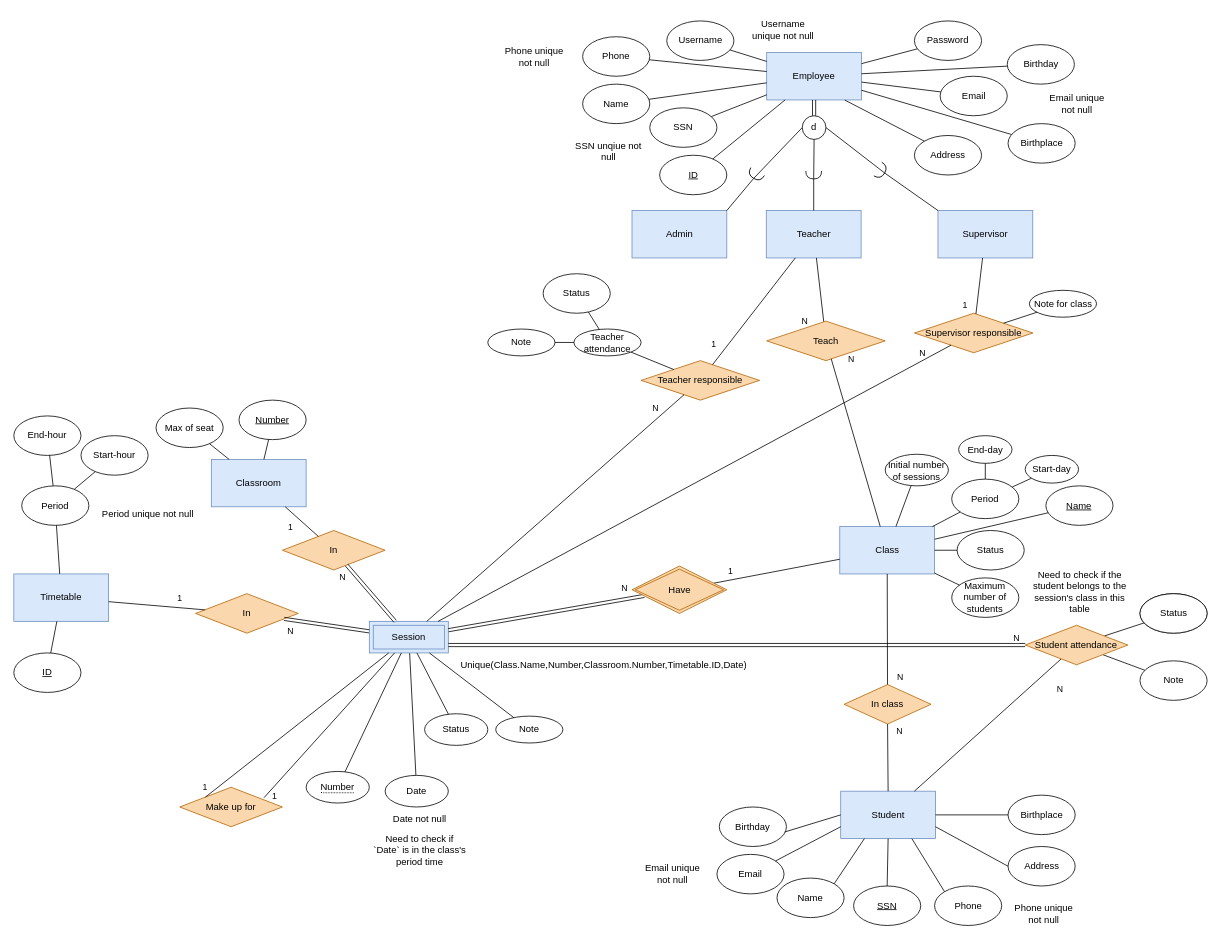
The draw.io diagram page "Official" (1 of 3) of Week 3/ERD.drawio in astr0tas/English-Center-Attendance-Check, before the edit. Source tidied: cells renumbered, new cells numbered last; positions are measured from the earlier drawing's top-left corner, leaving out a move shared by most shapes. Both pictures are drawn from the tidied source at 79%, with x=0, y=0 at pixel (13, 13).
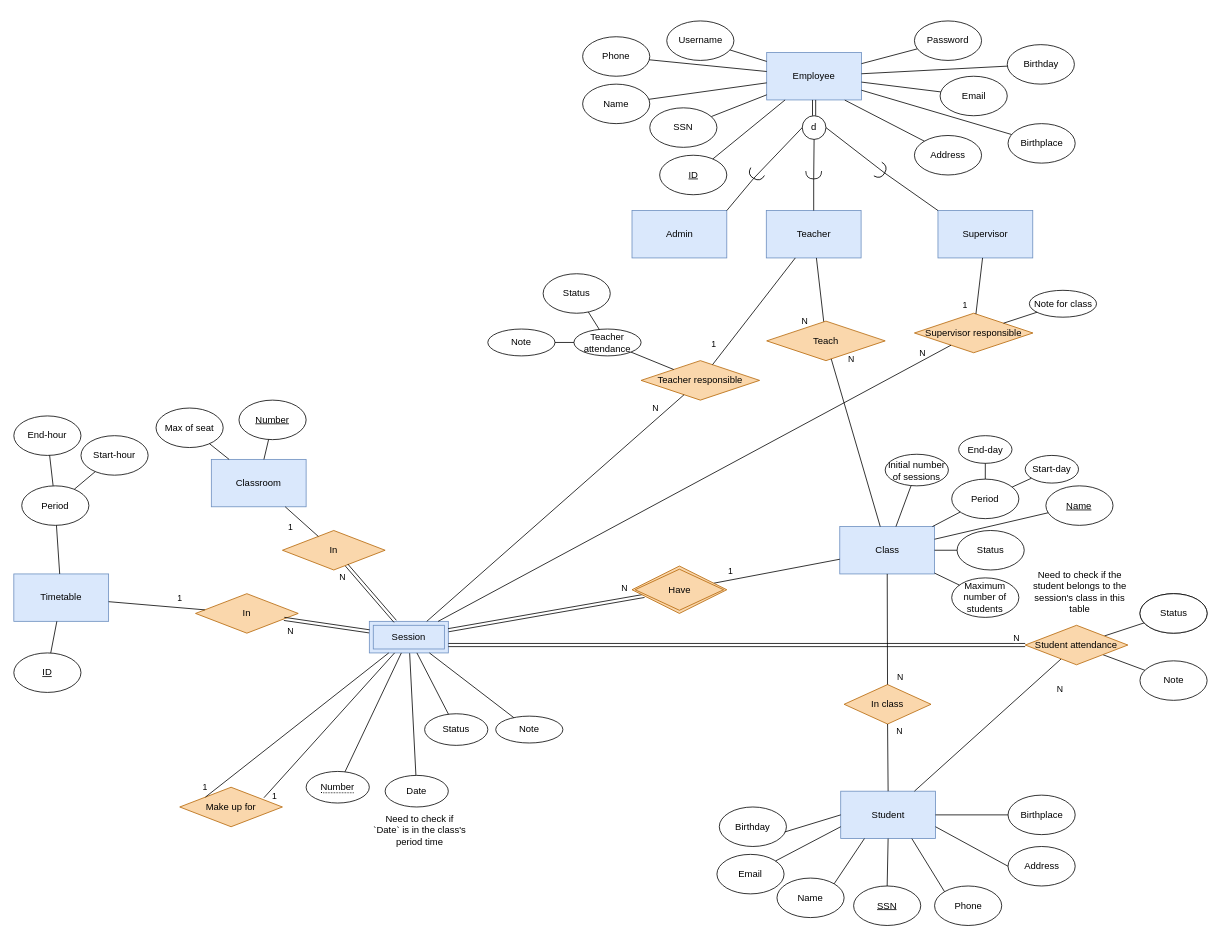
The same page after the edit.

Change to the diagram source:
```diff
@@
     <mxCell id="85" value="Need to check if `Date` is in the class's period time" style="text;html=1;strokeColor=none;fillColor=none;align=center;verticalAlign=middle;whiteSpace=wrap;rounded=0;" parent="1" vertex="1">
-      <mxGeometry x="453.8" y="1039" width="120" height="40" as="geometry" />
+      <mxGeometry x="453.8" y="1014" width="120" height="40" as="geometry" />
     </mxCell>
@@
-    <mxCell id="138" value="Date not null" style="text;html=1;strokeColor=none;fillColor=none;align=center;verticalAlign=middle;whiteSpace=wrap;rounded=0;" parent="1" vertex="1">
-      <mxGeometry x="470" y="999" width="87.5" height="40" as="geometry" />
-    </mxCell>
-    <mxCell id="139" value="SSN unqiue not null" style="text;html=1;strokeColor=none;fillColor=none;align=center;verticalAlign=middle;whiteSpace=wrap;rounded=0;" parent="1" vertex="1">
-      <mxGeometry x="709" y="154" width="87.5" height="40" as="geometry" />
-    </mxCell>
-    <mxCell id="140" value="Username unique not null" style="text;html=1;strokeColor=none;fillColor=none;align=center;verticalAlign=middle;whiteSpace=wrap;rounded=0;" parent="1" vertex="1">
-      <mxGeometry x="930" width="87.5" height="40" as="geometry" />
-    </mxCell>
-    <mxCell id="141" value="Email unique not null" style="text;html=1;strokeColor=none;fillColor=none;align=center;verticalAlign=middle;whiteSpace=wrap;rounded=0;" parent="1" vertex="1">
-      <mxGeometry x="1301.5" y="94" width="87.5" height="40" as="geometry" />
-    </mxCell>
-    <mxCell id="142" value="Phone unique not null" style="text;html=1;strokeColor=none;fillColor=none;align=center;verticalAlign=middle;whiteSpace=wrap;rounded=0;" parent="1" vertex="1">
-      <mxGeometry x="615" y="34" width="87.5" height="40" as="geometry" />
-    </mxCell>
-    <mxCell id="143" value="Email unique not null" style="text;html=1;strokeColor=none;fillColor=none;align=center;verticalAlign=middle;whiteSpace=wrap;rounded=0;" parent="1" vertex="1">
-      <mxGeometry x="790" y="1069" width="87.5" height="40" as="geometry" />
-    </mxCell>
-    <mxCell id="144" value="Phone unique not null" style="text;html=1;strokeColor=none;fillColor=none;align=center;verticalAlign=middle;whiteSpace=wrap;rounded=0;" parent="1" vertex="1">
-      <mxGeometry x="1260" y="1119" width="87.5" height="40" as="geometry" />
-    </mxCell>
@@
-    <mxCell id="147" value="Period unique not null" style="text;html=1;strokeColor=none;fillColor=none;align=center;verticalAlign=middle;whiteSpace=wrap;rounded=0;" parent="1" vertex="1">
-      <mxGeometry x="110" y="614" width="120" height="40" as="geometry" />
-    </mxCell>
@@
-    <mxCell id="150" value="Unique(Class.Name,Number,Classroom.Number,Timetable.ID,Date)" style="text;html=1;strokeColor=none;fillColor=none;align=center;verticalAlign=middle;whiteSpace=wrap;rounded=0;" parent="1" vertex="1">
-      <mxGeometry x="696.5" y="809" width="100" height="30" as="geometry" />
-    </mxCell>
```
